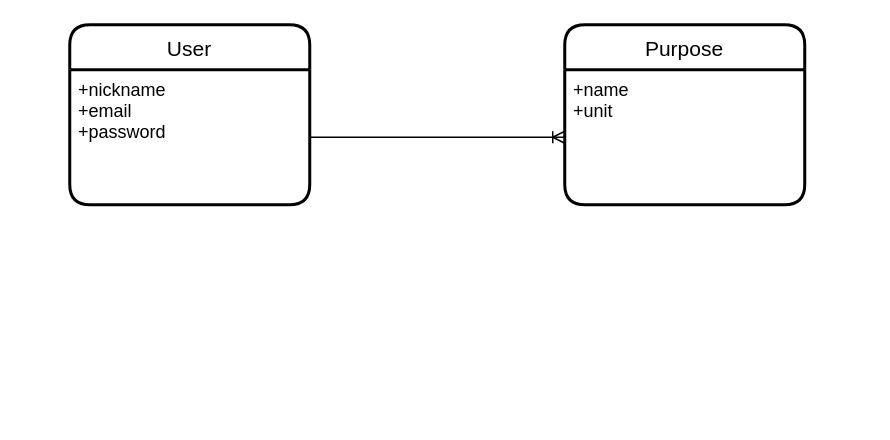
The draw.io diagram database.dio in Bakiyama/bit-app, before the edit. Source tidied: cells renumbered, new cells numbered last; positions are measured from the earlier drawing's top-left corner, leaving out a move shared by most shapes. Both pictures are drawn from the tidied source at 150%, with x=0, y=0 at pixel (69, 24).
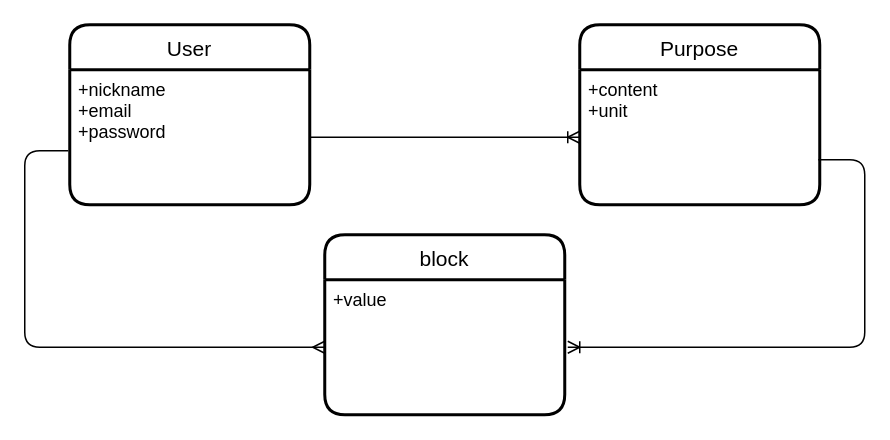
The same diagram, later.

Commit message (it also covers changes not shown here):
テーブル設計を修正

Diff of the diagram source:
```diff
@@
 <mxGraphModel>
   <root>
     <mxCell id="0" />
     <mxCell id="1" parent="0" />
     <mxCell id="2" value="User" style="swimlane;horizontal=1;startSize=30;rounded=1;fontSize=14;fontStyle=0;strokeWidth=2;shadow=0;dashed=0;align=center;" parent="1" vertex="1">
       <mxGeometry width="160" height="120" as="geometry" />
     </mxCell>
     <mxCell id="3" value="+nickname&#10;+email&#10;+password" style="align=left;strokeColor=none;fillColor=none;spacingLeft=4;fontSize=12;verticalAlign=top;" parent="2" vertex="1">
       <mxGeometry y="30" width="160" height="90" as="geometry" />
     </mxCell>
     <mxCell id="4" value="Purpose" style="swimlane;horizontal=1;startSize=30;rounded=1;fontSize=14;fontStyle=0;strokeWidth=2;shadow=0;dashed=0;align=center;" parent="1" vertex="1">
-      <mxGeometry x="330" width="160" height="120" as="geometry" />
+      <mxGeometry x="340" width="160" height="120" as="geometry" />
     </mxCell>
-    <mxCell id="5" value="+name&#10;+unit" style="align=left;strokeColor=none;fillColor=none;spacingLeft=4;fontSize=12;verticalAlign=top;" parent="4" vertex="1">
+    <mxCell id="5" value="+content&#10;+unit" style="align=left;strokeColor=none;fillColor=none;spacingLeft=4;fontSize=12;verticalAlign=top;" parent="4" vertex="1">
       <mxGeometry y="30" width="160" height="90" as="geometry" />
     </mxCell>
     <mxCell id="6" style="edgeStyle=entityRelationEdgeStyle;fontSize=12;html=1;endArrow=ERoneToMany;exitX=1;exitY=0.5;exitDx=0;exitDy=0;jumpSize=12;startSize=6;strokeWidth=1;spacingTop=11;sourcePerimeterSpacing=0;entryX=0;entryY=0.5;entryDx=0;entryDy=0;" parent="1" edge="1" source="3" target="5">
       <mxGeometry relative="1" as="geometry" />
     </mxCell>
+    <mxCell id="7" value="block" style="swimlane;horizontal=1;startSize=30;rounded=1;fontSize=14;fontStyle=0;strokeWidth=2;shadow=0;dashed=0;align=center;" parent="1" vertex="1">
+      <mxGeometry x="170" y="140" width="160" height="120" as="geometry" />
+    </mxCell>
+    <mxCell id="8" value="+value&#10;" style="align=left;strokeColor=none;fillColor=none;spacingLeft=4;fontSize=12;verticalAlign=top;" parent="7" vertex="1">
+      <mxGeometry y="30" width="160" height="90" as="geometry" />
+    </mxCell>
+    <mxCell id="9" style="edgeStyle=orthogonalEdgeStyle;fontSize=12;html=1;endArrow=ERoneToMany;exitX=0.994;exitY=0.667;exitDx=0;exitDy=0;exitPerimeter=0;" parent="1" edge="1" source="5">
+      <mxGeometry relative="1" as="geometry">
+        <mxPoint x="332" y="215" as="targetPoint" />
+        <Array as="points">
+          <mxPoint x="530" y="90" />
+          <mxPoint x="530" y="215" />
+        </Array>
+      </mxGeometry>
+    </mxCell>
+    <mxCell id="10" style="edgeStyle=orthogonalEdgeStyle;fontSize=12;html=1;endArrow=ERmany;exitX=-0.006;exitY=0.6;exitDx=0;exitDy=0;exitPerimeter=0;" parent="1" edge="1" source="3" target="8">
+      <mxGeometry relative="1" as="geometry">
+        <Array as="points">
+          <mxPoint x="-30" y="84" />
+          <mxPoint x="-30" y="215" />
+        </Array>
+      </mxGeometry>
+    </mxCell>
   </root>
 </mxGraphModel>
```
